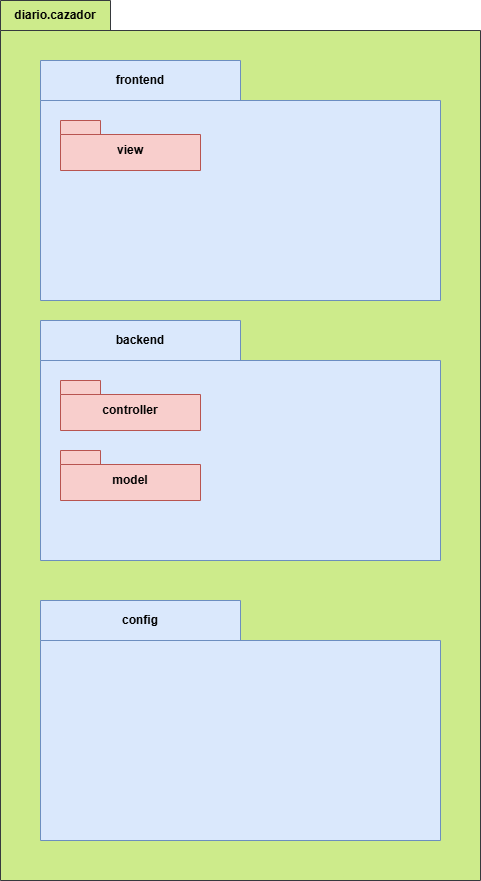
eduardosmoralesglez/diario-del-cazador-mhw keeps this draw.io diagram as images/diagrama-de-paquetes.drawio.png. Above is the earlier version. Source tidied: cells renumbered, new cells last; positions are measured from the earlier drawing's top-left corner, leaving out a move shared by most shapes.
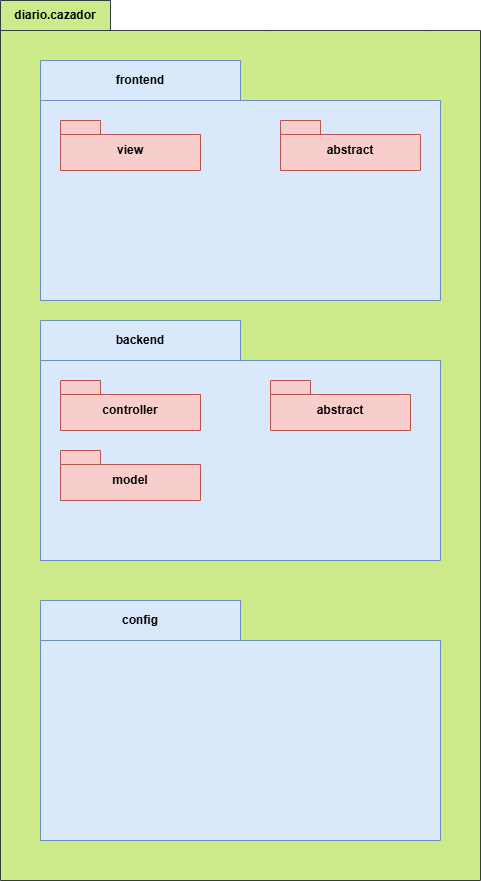
The same file after the commit.

Diff of the diagram source:
```diff
@@ -11,6 +11,9 @@
     <mxCell id="4" value="view" style="shape=folder;fontStyle=1;spacingTop=10;tabWidth=40;tabHeight=14;tabPosition=left;html=1;whiteSpace=wrap;fillColor=#f8cecc;strokeColor=#b85450;" parent="3" vertex="1">
       <mxGeometry x="20" y="60" width="140" height="50" as="geometry" />
     </mxCell>
+    <mxCell id="9" value="abstract" style="shape=folder;fontStyle=1;spacingTop=10;tabWidth=40;tabHeight=14;tabPosition=left;html=1;whiteSpace=wrap;fillColor=#f8cecc;strokeColor=#b85450;" parent="3" vertex="1">
+      <mxGeometry x="240" y="60" width="140" height="50" as="geometry" />
+    </mxCell>
     <mxCell id="5" value="backend" style="shape=folder;fontStyle=1;tabWidth=200;tabHeight=40;tabPosition=left;html=1;boundedLbl=1;labelInHeader=1;whiteSpace=wrap;fillColor=#dae8fc;strokeColor=#6c8ebf;" parent="2" vertex="1">
       <mxGeometry x="40" y="320" width="400" height="240" as="geometry" />
     </mxCell>
@@ -20,6 +23,9 @@
     <mxCell id="7" value="model" style="shape=folder;fontStyle=1;spacingTop=10;tabWidth=40;tabHeight=14;tabPosition=left;html=1;whiteSpace=wrap;fillColor=#f8cecc;strokeColor=#b85450;" parent="5" vertex="1">
       <mxGeometry x="20" y="130" width="140" height="50" as="geometry" />
     </mxCell>
+    <mxCell id="10" value="abstract" style="shape=folder;fontStyle=1;spacingTop=10;tabWidth=40;tabHeight=14;tabPosition=left;html=1;whiteSpace=wrap;fillColor=#f8cecc;strokeColor=#b85450;" parent="5" vertex="1">
+      <mxGeometry x="230" y="60" width="140" height="50" as="geometry" />
+    </mxCell>
     <mxCell id="8" value="config" style="shape=folder;fontStyle=1;tabWidth=200;tabHeight=40;tabPosition=left;html=1;boundedLbl=1;labelInHeader=1;whiteSpace=wrap;fillColor=#dae8fc;strokeColor=#6c8ebf;" parent="2" vertex="1">
       <mxGeometry x="40" y="600" width="400" height="240" as="geometry" />
     </mxCell>
```
